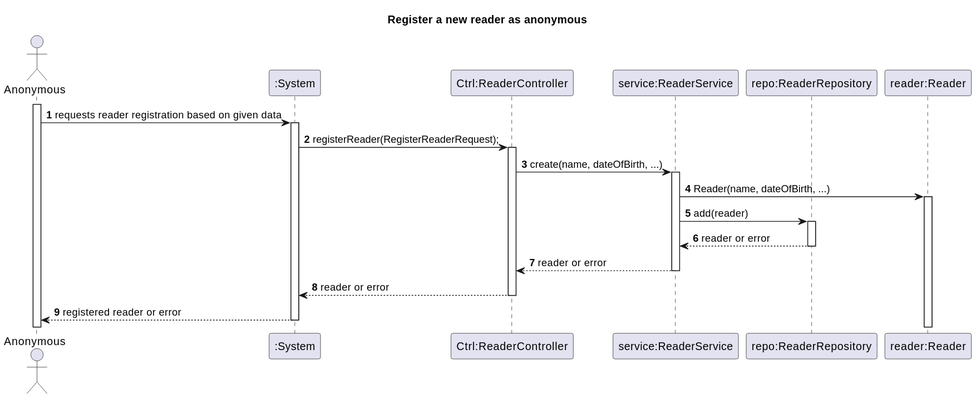
The PlantUML diagram Docs/Phase1/WP3A-Readers/Ph1-11-RegisterReader/SD.svg in rutemf/1220944_1220772_G01, before a commit.
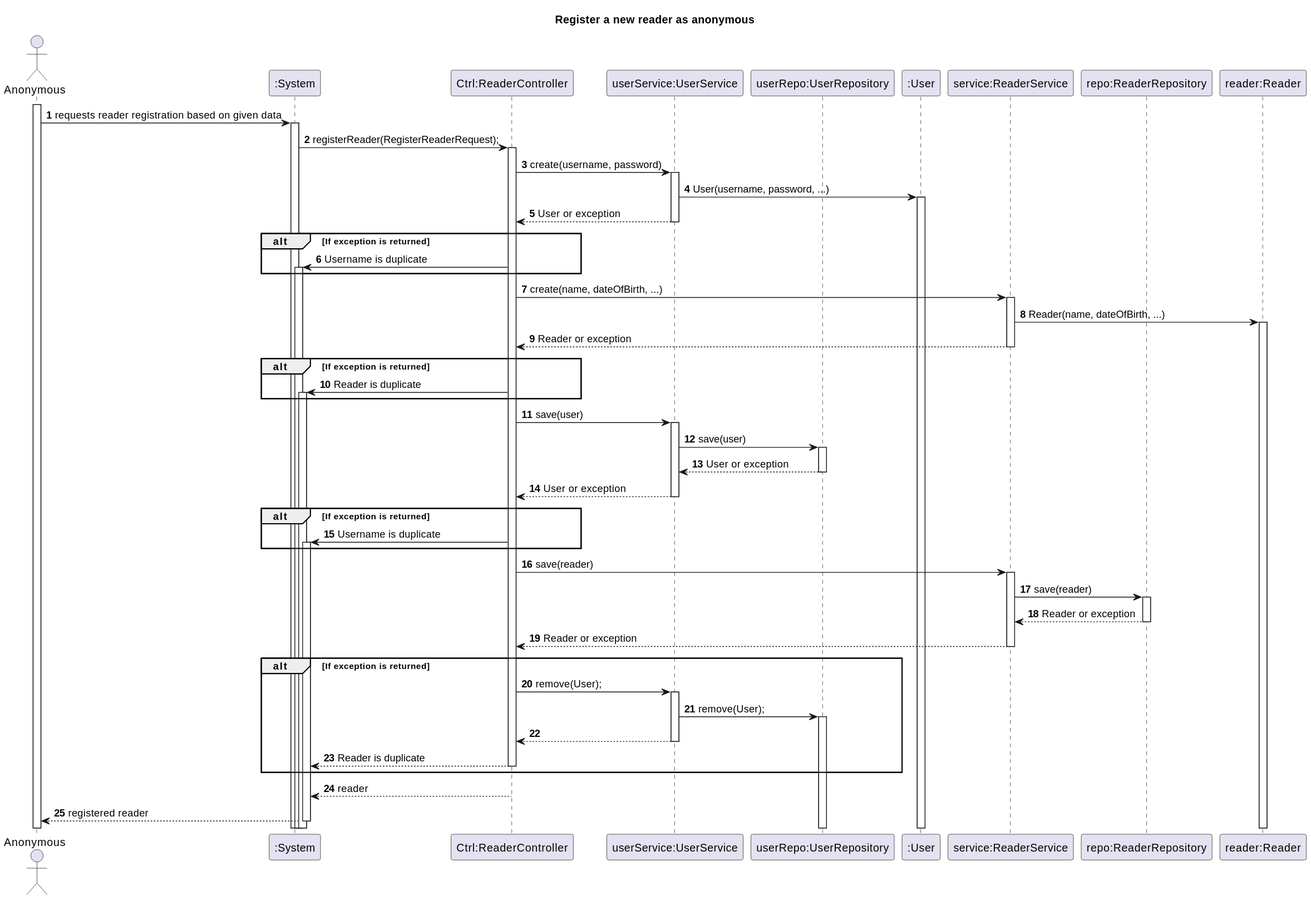
The same diagram one commit later.

What changed in the source:
```diff
@@ -4,24 +4,59 @@
 
 title Register a new reader as anonymous
 
-actor "Anonymous" as User
+actor "Anonymous" as Anonymous
 participant ":System" as System
 participant "Ctrl:ReaderController" as Ctrl
+participant "userService:UserService" as UserService
+participant "userRepo:UserRepository" as UserRepository
+participant ":User" as User
 participant "service:ReaderService" as Service
 participant "repo:ReaderRepository" as Repo
 participant "reader:Reader" as Reader
 
-activate User
+activate Anonymous
 
-User -> System: requests reader registration based on given data
+Anonymous -> System: requests reader registration based on given data
 
 System -> Ctrl: registerReader(RegisterReaderRequest);
 
+Ctrl -> UserService: create(username, password)
+UserService -> User: User(username, password, ...)
+UserService --> Ctrl: User or exception
+alt If exception is returned
+    Ctrl -> System: Username is duplicate
+end
+
+
 Ctrl -> Service: create(name, dateOfBirth, ...)
 Service -> Reader: Reader(name, dateOfBirth, ...)
-Service -> Repo: add(reader)
-Repo --> Service: reader or error
-Service --> Ctrl: reader or error
-Ctrl --> System: reader or error
-System --> User: registered reader or error
+Service --> Ctrl: Reader or exception
+
+alt If exception is returned
+    Ctrl -> System: Reader is duplicate
+end
+
+Ctrl -> UserService: save(user)
+UserService -> UserRepository: save(user)
+UserRepository --> UserService: User or exception
+UserService --> Ctrl: User or exception
+
+alt If exception is returned
+    Ctrl -> System: Username is duplicate
+end
+
+Ctrl -> Service: save(reader)
+Service -> Repo: save(reader)
+Repo --> Service: Reader or exception
+Service --> Ctrl: Reader or exception
+
+alt If exception is returned
+    Ctrl -> UserService: remove(User);
+    UserService -> UserRepository: remove(User);
+    UserService --> Ctrl:
+    Ctrl --> System: Reader is duplicate
+end
+
+Ctrl --> System: reader
+System --> Anonymous: registered reader
 @enduml
```
